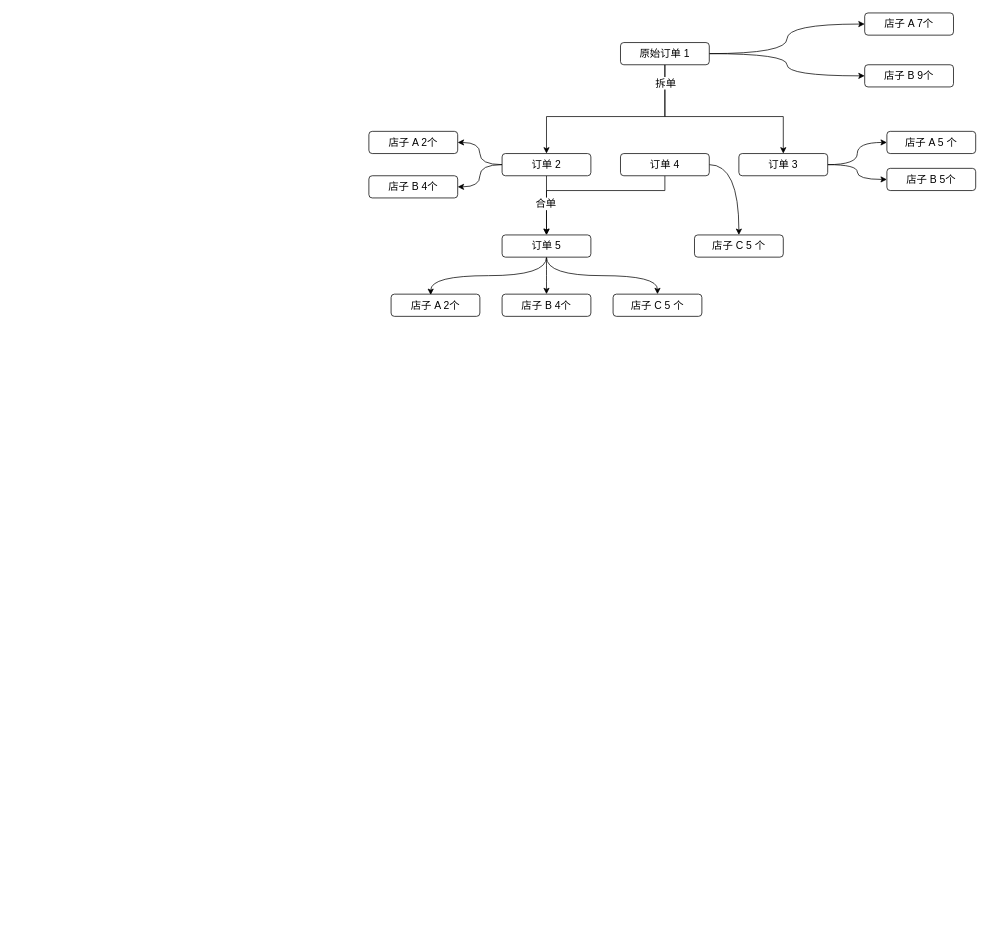
The draw.io diagram longpean/均摊逻辑.drawio in GitHeP/diagrams, before the edit. Source tidied: cells renumbered, new cells numbered last; positions are measured from the earlier drawing's top-left corner, leaving out a move shared by most shapes. Both pictures are drawn from the tidied source at 74%, with x=0, y=0 at pixel (369, 13).
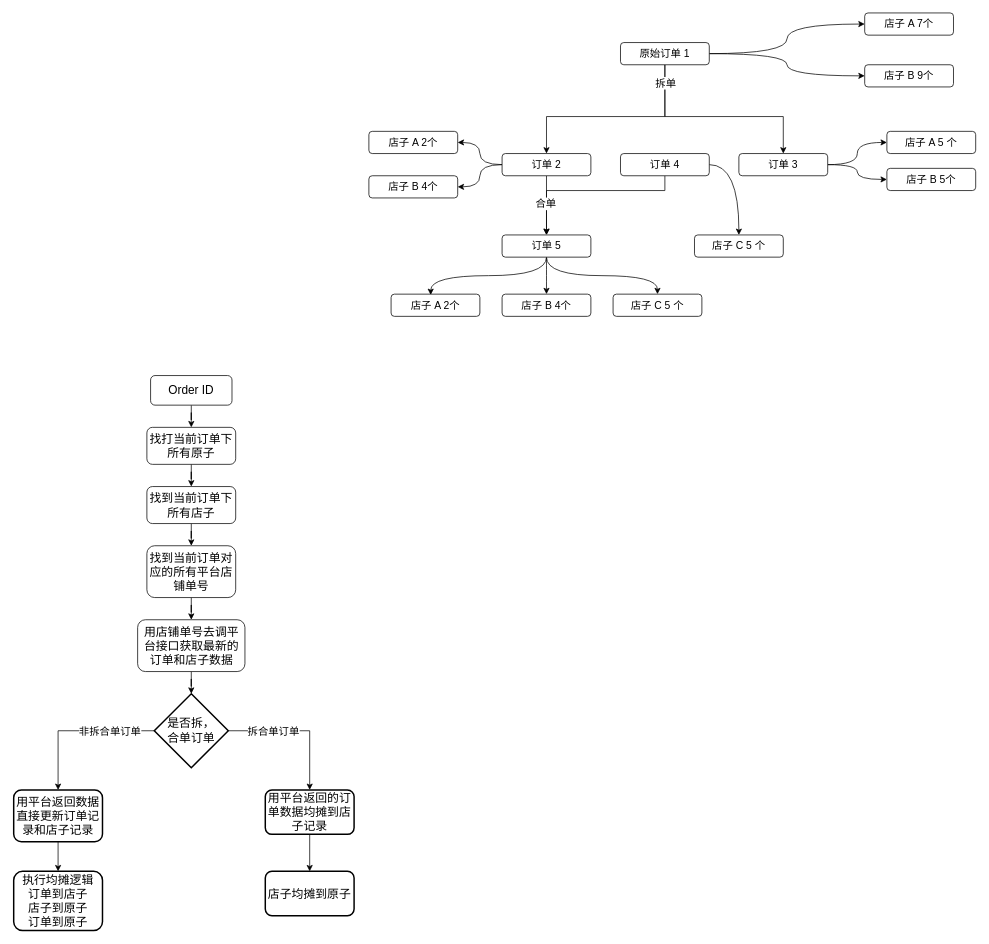
The same page after the edit.

Commit message:
更新均摊逻辑.drawio

Diff of the diagram source:
```diff
@@
+    <mxCell id="33" style="edgeStyle=orthogonalEdgeStyle;rounded=0;jettySize=auto;html=1;" parent="1" edge="1" source="34" target="36">
+      <mxGeometry relative="1" as="geometry" />
+    </mxCell>
+    <mxCell id="34" value="&lt;font style=&quot;font-size: 16px;&quot;&gt;Order ID&lt;/font&gt;" style="rounded=1;whiteSpace=wrap;html=1;" parent="1" vertex="1">
+      <mxGeometry x="-295" y="490" width="110" height="40" as="geometry" />
+    </mxCell>
+    <mxCell id="35" style="edgeStyle=orthogonalEdgeStyle;rounded=0;jettySize=auto;html=1;entryX=0.5;entryY=0;entryDx=0;entryDy=0;" parent="1" edge="1" source="36" target="38">
+      <mxGeometry relative="1" as="geometry" />
+    </mxCell>
+    <mxCell id="36" value="&lt;font style=&quot;font-size: 16px;&quot;&gt;找打当前订单下所有原子&lt;/font&gt;" style="whiteSpace=wrap;html=1;rounded=1;" parent="1" vertex="1">
+      <mxGeometry x="-300" y="560" width="120" height="50" as="geometry" />
+    </mxCell>
+    <mxCell id="37" style="edgeStyle=orthogonalEdgeStyle;rounded=0;jettySize=auto;html=1;" parent="1" edge="1" source="38" target="40">
+      <mxGeometry relative="1" as="geometry" />
+    </mxCell>
+    <mxCell id="38" value="&lt;font style=&quot;font-size: 16px;&quot;&gt;找到当前订单下所有店子&lt;/font&gt;" style="whiteSpace=wrap;html=1;rounded=1;" parent="1" vertex="1">
+      <mxGeometry x="-300" y="640" width="120" height="50" as="geometry" />
+    </mxCell>
+    <mxCell id="39" style="edgeStyle=orthogonalEdgeStyle;rounded=0;jettySize=auto;html=1;" parent="1" edge="1" source="40" target="42">
+      <mxGeometry relative="1" as="geometry" />
+    </mxCell>
+    <mxCell id="40" value="&lt;font style=&quot;font-size: 16px;&quot;&gt;找到当前订单对应的所有平台店铺单号&lt;/font&gt;" style="rounded=1;whiteSpace=wrap;html=1;" parent="1" vertex="1">
+      <mxGeometry x="-300" y="720" width="120" height="70" as="geometry" />
+    </mxCell>
+    <mxCell id="41" style="edgeStyle=orthogonalEdgeStyle;rounded=0;jettySize=auto;html=1;" parent="1" edge="1" source="42" target="46">
+      <mxGeometry relative="1" as="geometry" />
+    </mxCell>
+    <mxCell id="42" value="&lt;font style=&quot;font-size: 16px;&quot;&gt;用店铺单号去调平台接口获取最新的订单和店子数据&lt;/font&gt;" style="rounded=1;whiteSpace=wrap;html=1;" parent="1" vertex="1">
+      <mxGeometry x="-312.5" y="820" width="145" height="70" as="geometry" />
+    </mxCell>
+    <mxCell id="43" style="edgeStyle=orthogonalEdgeStyle;rounded=0;jettySize=auto;html=1;" parent="1" edge="1" source="46" target="48">
+      <mxGeometry relative="1" as="geometry" />
+    </mxCell>
+    <mxCell id="44" value="&lt;font style=&quot;font-size: 14px;&quot;&gt;非拆合单订单&lt;/font&gt;" style="edgeLabel;html=1;align=center;verticalAlign=middle;" parent="43" vertex="1">
+      <mxGeometry x="-0.28" y="-1" relative="1" as="geometry">
+        <mxPoint x="15" y="1" as="offset" />
+      </mxGeometry>
+    </mxCell>
+    <mxCell id="45" style="edgeStyle=orthogonalEdgeStyle;rounded=0;jettySize=auto;html=1;" parent="1" edge="1" source="46" target="51">
+      <mxGeometry relative="1" as="geometry" />
+    </mxCell>
+    <mxCell id="46" value="&lt;font style=&quot;font-size: 16px;&quot;&gt;是否拆，&lt;br&gt;合单订单&lt;/font&gt;" style="strokeWidth=2;html=1;shape=mxgraph.flowchart.decision;whiteSpace=wrap;fillStyle=auto;" parent="1" vertex="1">
+      <mxGeometry x="-290" y="920" width="100" height="100" as="geometry" />
+    </mxCell>
+    <mxCell id="47" style="edgeStyle=orthogonalEdgeStyle;rounded=0;jettySize=auto;html=1;" parent="1" edge="1" source="48" target="49">
+      <mxGeometry relative="1" as="geometry" />
+    </mxCell>
+    <mxCell id="48" value="&lt;font style=&quot;font-size: 16px;&quot;&gt;用平台返回数据直接更新订单记录和店子记录&lt;/font&gt;" style="rounded=1;whiteSpace=wrap;html=1;strokeWidth=2;fillStyle=auto;" parent="1" vertex="1">
+      <mxGeometry x="-480" y="1050" width="120" height="70" as="geometry" />
+    </mxCell>
+    <mxCell id="49" value="&lt;font style=&quot;font-size: 16px;&quot;&gt;执行均摊逻辑&lt;br&gt;订单到店子&lt;br&gt;店子到原子&lt;br&gt;订单到原子&lt;br&gt;&lt;/font&gt;" style="rounded=1;whiteSpace=wrap;html=1;strokeWidth=2;fillStyle=auto;" parent="1" vertex="1">
+      <mxGeometry x="-480" y="1160" width="120" height="80" as="geometry" />
+    </mxCell>
+    <mxCell id="50" style="edgeStyle=orthogonalEdgeStyle;rounded=0;jettySize=auto;html=1;" parent="1" edge="1" source="51" target="53">
+      <mxGeometry relative="1" as="geometry" />
+    </mxCell>
+    <mxCell id="51" value="&lt;span style=&quot;font-size: 16px;&quot;&gt;用平台返回的订单数据均摊到店子记录&lt;/span&gt;" style="rounded=1;whiteSpace=wrap;html=1;strokeWidth=2;fillStyle=auto;" parent="1" vertex="1">
+      <mxGeometry x="-140" y="1050" width="120" height="60" as="geometry" />
+    </mxCell>
+    <mxCell id="52" value="&lt;font style=&quot;font-size: 14px;&quot;&gt;拆合单订单&lt;/font&gt;" style="edgeLabel;html=1;align=center;verticalAlign=middle;" parent="1" vertex="1">
+      <mxGeometry x="-130" y="970" as="geometry" />
+    </mxCell>
+    <mxCell id="53" value="&lt;span style=&quot;font-size: 16px;&quot;&gt;店子均摊到原子&lt;/span&gt;" style="rounded=1;whiteSpace=wrap;html=1;strokeWidth=2;fillStyle=auto;" parent="1" vertex="1">
+      <mxGeometry x="-140" y="1160" width="120" height="60" as="geometry" />
+    </mxCell>
```
